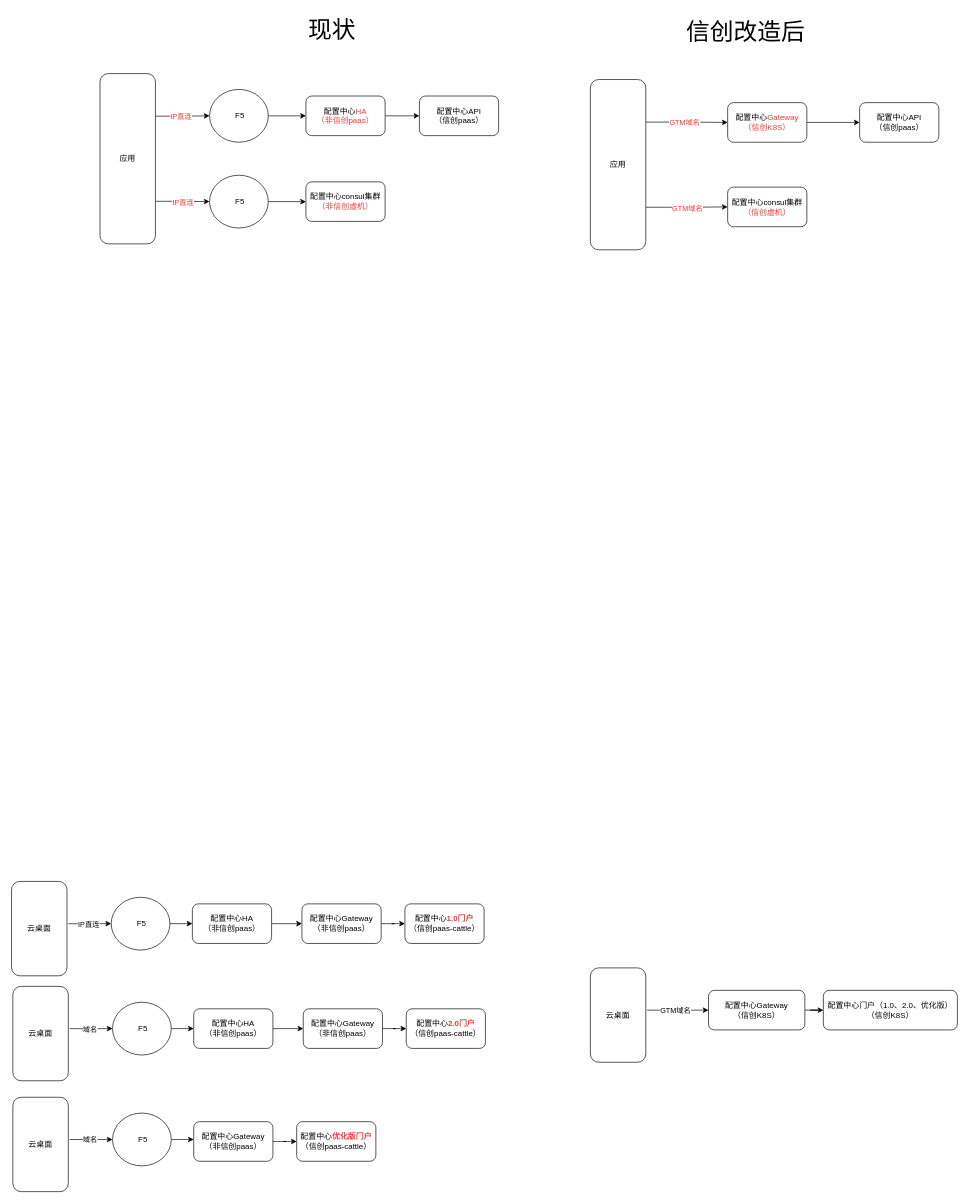
Before: 配置中心虚机信创.drawio in pbxnn/draw, a draw.io diagram. Source tidied: cells renumbered, new cells numbered last; positions are measured from the earlier drawing's top-left corner, leaving out a move shared by most shapes. Both pictures are drawn from the tidied source at 66%, with x=0, y=0 at pixel (11, 11).
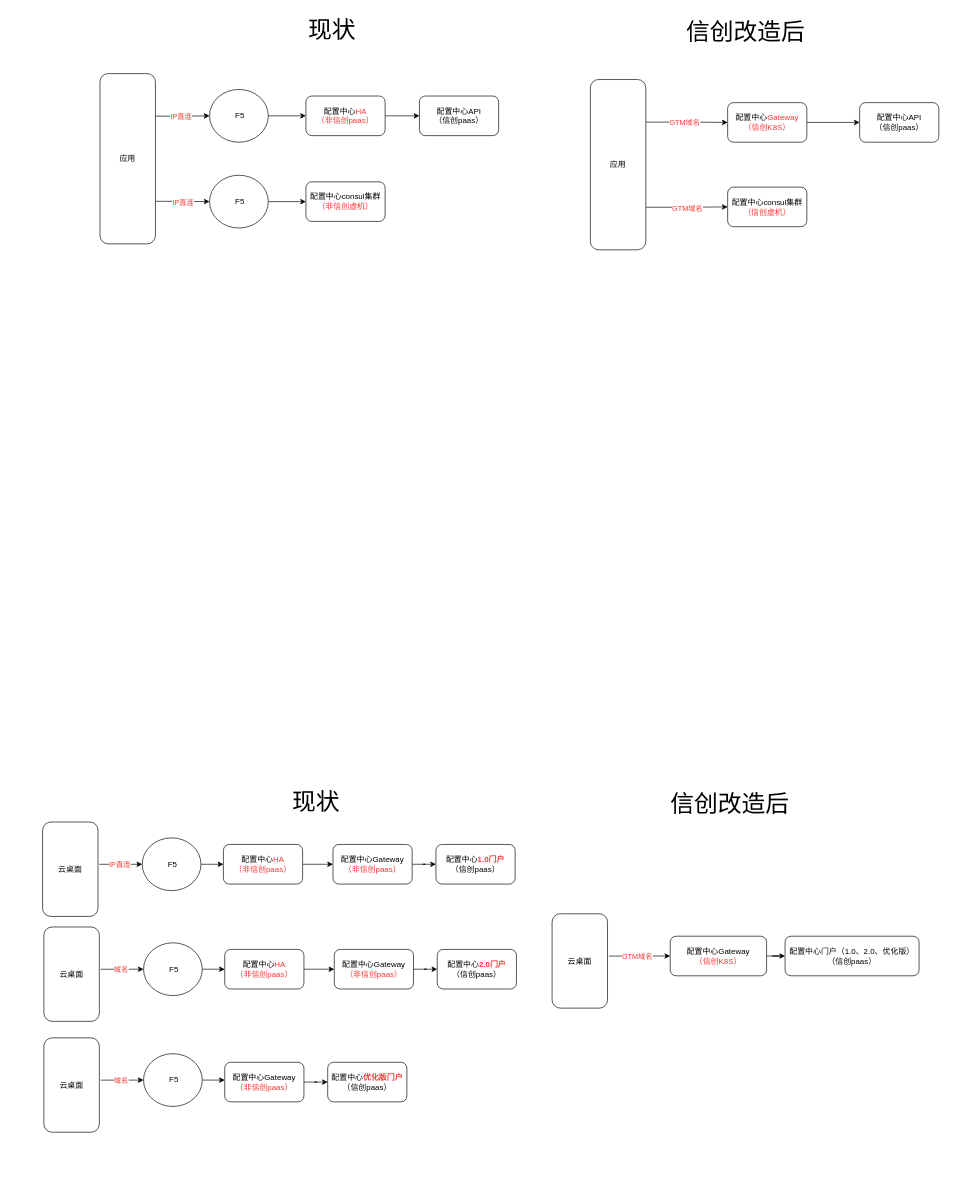
Above is the later version.

Commit message:
更新配置中心虚机信创.drawio

Unchanged cells that the change refers to:
```xml
<mxCell id="24" style="edgeStyle=orthogonalEdgeStyle;rounded=0;jettySize=auto;html=1;exitX=1.024;exitY=0.448;exitDx=0;exitDy=0;entryX=0;entryY=0.5;entryDx=0;entryDy=0;exitPerimeter=0;" parent="1" edge="1" source="26" target="28">
  <mxGeometry relative="1" as="geometry" />
</mxCell>
<mxCell id="34" style="edgeStyle=orthogonalEdgeStyle;rounded=0;jettySize=auto;html=1;exitX=1.024;exitY=0.448;exitDx=0;exitDy=0;entryX=0;entryY=0.5;entryDx=0;entryDy=0;exitPerimeter=0;" parent="1" edge="1" source="36" target="38">
  <mxGeometry relative="1" as="geometry" />
</mxCell>
<mxCell id="44" style="edgeStyle=orthogonalEdgeStyle;rounded=0;jettySize=auto;html=1;exitX=1.024;exitY=0.448;exitDx=0;exitDy=0;entryX=0;entryY=0.5;entryDx=0;entryDy=0;exitPerimeter=0;" parent="1" edge="1" source="46" target="48">
  <mxGeometry relative="1" as="geometry" />
</mxCell>
<mxCell id="52" style="edgeStyle=orthogonalEdgeStyle;rounded=0;jettySize=auto;html=1;exitX=1.024;exitY=0.448;exitDx=0;exitDy=0;entryX=0;entryY=0.5;entryDx=0;entryDy=0;exitPerimeter=0;" parent="1" edge="1" source="54" target="56">
  <mxGeometry relative="1" as="geometry" />
</mxCell>
```

The edit, as a diff of the source:
```diff
@@
-    <mxCell id="25" value="IP直连" style="edgeLabel;html=1;align=center;verticalAlign=middle;" parent="24" vertex="1">
+    <mxCell id="25" value="&lt;font color=&quot;#ff3333&quot;&gt;IP直连&lt;/font&gt;" style="edgeLabel;html=1;align=center;verticalAlign=middle;" parent="24" vertex="1">
       <mxGeometry x="-0.07" y="1" relative="1" as="geometry">
         <mxPoint y="1" as="offset" />
       </mxGeometry>
     </mxCell>
     <mxCell id="26" value="云桌面" style="rounded=1;whiteSpace=wrap;html=1;" parent="1" vertex="1">
-      <mxGeometry y="1318" width="84" height="143" as="geometry" />
+      <mxGeometry x="47" y="1228" width="84" height="143" as="geometry" />
     </mxCell>
@@
     <mxCell id="28" value="&amp;nbsp;F5" style="ellipse;whiteSpace=wrap;html=1;" parent="1" vertex="1">
-      <mxGeometry x="151" y="1342" width="89" height="80" as="geometry" />
+      <mxGeometry x="198" y="1252" width="89" height="80" as="geometry" />
     </mxCell>
@@
-    <mxCell id="30" value="配置中心HA&lt;br&gt;（非信创paas）" style="rounded=1;whiteSpace=wrap;html=1;" parent="1" vertex="1">
-      <mxGeometry x="274" y="1352" width="120" height="60" as="geometry" />
+    <mxCell id="30" value="配置中心&lt;font color=&quot;#ff3333&quot;&gt;HA&lt;br&gt;（非信创paas）&lt;/font&gt;" style="rounded=1;whiteSpace=wrap;html=1;" parent="1" vertex="1">
+      <mxGeometry x="321" y="1262" width="120" height="60" as="geometry" />
     </mxCell>
-    <mxCell id="31" value="配置中心&lt;b&gt;&lt;font color=&quot;#ff3333&quot;&gt;1.0门户&lt;/font&gt;&lt;/b&gt;&lt;div&gt;（信创paas-cattle）&lt;/div&gt;" style="whiteSpace=wrap;html=1;rounded=1;" parent="1" vertex="1">
-      <mxGeometry x="596" y="1352" width="120" height="60" as="geometry" />
+    <mxCell id="31" value="配置中心&lt;b&gt;&lt;font color=&quot;#ff3333&quot;&gt;1.0门户&lt;/font&gt;&lt;/b&gt;&lt;div&gt;（信创paas）&lt;/div&gt;" style="whiteSpace=wrap;html=1;rounded=1;" parent="1" vertex="1">
+      <mxGeometry x="643" y="1262" width="120" height="60" as="geometry" />
     </mxCell>
@@
-    <mxCell id="33" value="配置中心Gateway&lt;br&gt;（非信创paas）" style="rounded=1;whiteSpace=wrap;html=1;" parent="1" vertex="1">
-      <mxGeometry x="440" y="1352" width="120" height="60" as="geometry" />
+    <mxCell id="33" value="配置中心Gateway&lt;br&gt;&lt;font color=&quot;#ff3333&quot;&gt;（非信创paas）&lt;/font&gt;" style="rounded=1;whiteSpace=wrap;html=1;" parent="1" vertex="1">
+      <mxGeometry x="487" y="1262" width="120" height="60" as="geometry" />
     </mxCell>
@@
-    <mxCell id="35" value="域名" style="edgeLabel;html=1;align=center;verticalAlign=middle;" parent="34" vertex="1">
+    <mxCell id="35" value="&lt;font color=&quot;#ff3333&quot;&gt;域名&lt;/font&gt;" style="edgeLabel;html=1;align=center;verticalAlign=middle;" parent="34" vertex="1">
       <mxGeometry x="-0.07" y="1" relative="1" as="geometry">
         <mxPoint y="1" as="offset" />
       </mxGeometry>
     </mxCell>
     <mxCell id="36" value="云桌面" style="rounded=1;whiteSpace=wrap;html=1;" parent="1" vertex="1">
-      <mxGeometry x="2" y="1477" width="84" height="143" as="geometry" />
+      <mxGeometry x="49" y="1387" width="84" height="143" as="geometry" />
     </mxCell>
@@
     <mxCell id="38" value="&amp;nbsp;F5" style="ellipse;whiteSpace=wrap;html=1;" parent="1" vertex="1">
-      <mxGeometry x="153" y="1501" width="89" height="80" as="geometry" />
+      <mxGeometry x="200" y="1411" width="89" height="80" as="geometry" />
     </mxCell>
@@
-    <mxCell id="40" value="配置中心HA&lt;br&gt;（非信创paas）" style="rounded=1;whiteSpace=wrap;html=1;" parent="1" vertex="1">
-      <mxGeometry x="276" y="1511" width="120" height="60" as="geometry" />
+    <mxCell id="40" value="配置中心&lt;font color=&quot;#ff3333&quot;&gt;HA&lt;br&gt;（非信创paas）&lt;/font&gt;" style="rounded=1;whiteSpace=wrap;html=1;" parent="1" vertex="1">
+      <mxGeometry x="323" y="1421" width="120" height="60" as="geometry" />
     </mxCell>
-    <mxCell id="41" value="配置中心&lt;b&gt;&lt;font color=&quot;#ff3333&quot;&gt;2.0门户&lt;/font&gt;&lt;/b&gt;&lt;div&gt;（信创paas-cattle）&lt;/div&gt;" style="whiteSpace=wrap;html=1;rounded=1;" parent="1" vertex="1">
-      <mxGeometry x="598" y="1511" width="120" height="60" as="geometry" />
+    <mxCell id="41" value="配置中心&lt;b&gt;&lt;font color=&quot;#ff3333&quot;&gt;2.0门户&lt;/font&gt;&lt;/b&gt;&lt;div&gt;（信创paas）&lt;/div&gt;" style="whiteSpace=wrap;html=1;rounded=1;" parent="1" vertex="1">
+      <mxGeometry x="645" y="1421" width="120" height="60" as="geometry" />
     </mxCell>
@@
-    <mxCell id="43" value="配置中心Gateway&lt;br&gt;（非信创paas）" style="rounded=1;whiteSpace=wrap;html=1;" parent="1" vertex="1">
-      <mxGeometry x="442" y="1511" width="120" height="60" as="geometry" />
+    <mxCell id="43" value="配置中心Gateway&lt;br&gt;&lt;font color=&quot;#ff3333&quot;&gt;（非信创paas）&lt;/font&gt;" style="rounded=1;whiteSpace=wrap;html=1;" parent="1" vertex="1">
+      <mxGeometry x="489" y="1421" width="120" height="60" as="geometry" />
     </mxCell>
@@
-    <mxCell id="45" value="域名" style="edgeLabel;html=1;align=center;verticalAlign=middle;" parent="44" vertex="1">
+    <mxCell id="45" value="&lt;font color=&quot;#ff3333&quot;&gt;域名&lt;/font&gt;" style="edgeLabel;html=1;align=center;verticalAlign=middle;" parent="44" vertex="1">
       <mxGeometry x="-0.07" y="1" relative="1" as="geometry">
         <mxPoint y="1" as="offset" />
       </mxGeometry>
     </mxCell>
     <mxCell id="46" value="云桌面" style="rounded=1;whiteSpace=wrap;html=1;" parent="1" vertex="1">
-      <mxGeometry x="2" y="1645" width="84" height="143" as="geometry" />
+      <mxGeometry x="49" y="1555" width="84" height="143" as="geometry" />
     </mxCell>
     <mxCell id="47" style="edgeStyle=orthogonalEdgeStyle;rounded=0;jettySize=auto;html=1;exitX=1;exitY=0.5;exitDx=0;exitDy=0;entryX=0;entryY=0.5;entryDx=0;entryDy=0;" parent="1" edge="1" source="48">
       <mxGeometry relative="1" as="geometry">
-        <mxPoint x="276" y="1709" as="targetPoint" />
+        <mxPoint x="323" y="1619" as="targetPoint" />
       </mxGeometry>
     </mxCell>
     <mxCell id="48" value="&amp;nbsp;F5" style="ellipse;whiteSpace=wrap;html=1;" parent="1" vertex="1">
-      <mxGeometry x="153" y="1669" width="89" height="80" as="geometry" />
+      <mxGeometry x="200" y="1579" width="89" height="80" as="geometry" />
     </mxCell>
-    <mxCell id="49" value="配置中心&lt;b&gt;&lt;font color=&quot;#ff3333&quot;&gt;优化版门户&lt;/font&gt;&lt;/b&gt;&lt;div&gt;（信创paas-cattle）&lt;/div&gt;" style="whiteSpace=wrap;html=1;rounded=1;" parent="1" vertex="1">
-      <mxGeometry x="432" y="1682" width="120" height="60" as="geometry" />
+    <mxCell id="49" value="配置中心&lt;b&gt;&lt;font color=&quot;#ff3333&quot;&gt;优化版门户&lt;/font&gt;&lt;/b&gt;&lt;div&gt;（信创paas）&lt;/div&gt;" style="whiteSpace=wrap;html=1;rounded=1;" parent="1" vertex="1">
+      <mxGeometry x="479" y="1592" width="120" height="60" as="geometry" />
     </mxCell>
@@
-    <mxCell id="51" value="配置中心Gateway&lt;br&gt;（非信创paas）" style="rounded=1;whiteSpace=wrap;html=1;" parent="1" vertex="1">
-      <mxGeometry x="276" y="1682" width="120" height="60" as="geometry" />
+    <mxCell id="51" value="配置中心Gateway&lt;br&gt;&lt;font color=&quot;#ff3333&quot;&gt;（非信创paas）&lt;/font&gt;" style="rounded=1;whiteSpace=wrap;html=1;" parent="1" vertex="1">
+      <mxGeometry x="323" y="1592" width="120" height="60" as="geometry" />
     </mxCell>
@@
-    <mxCell id="53" value="GTM域名" style="edgeLabel;html=1;align=center;verticalAlign=middle;" parent="52" vertex="1">
+    <mxCell id="53" value="&lt;font color=&quot;#ff3333&quot;&gt;GTM域名&lt;/font&gt;" style="edgeLabel;html=1;align=center;verticalAlign=middle;" parent="52" vertex="1">
       <mxGeometry x="-0.16" relative="1" as="geometry">
         <mxPoint x="3" as="offset" />
       </mxGeometry>
     </mxCell>
     <mxCell id="54" value="云桌面" style="rounded=1;whiteSpace=wrap;html=1;" parent="1" vertex="1">
-      <mxGeometry x="877" y="1449" width="84" height="143" as="geometry" />
+      <mxGeometry x="819" y="1367" width="84" height="143" as="geometry" />
     </mxCell>
@@
-    <mxCell id="56" value="配置中心Gateway&lt;div&gt;（信创K8S）&lt;/div&gt;" style="rounded=1;whiteSpace=wrap;html=1;" parent="1" vertex="1">
-      <mxGeometry x="1056" y="1483" width="146" height="60" as="geometry" />
+    <mxCell id="56" value="配置中心Gateway&lt;br&gt;&lt;font color=&quot;#ff3333&quot;&gt;（信创K8S）&lt;/font&gt;" style="rounded=1;whiteSpace=wrap;html=1;" parent="1" vertex="1">
+      <mxGeometry x="998" y="1401" width="146" height="60" as="geometry" />
     </mxCell>
-    <mxCell id="57" value="配置中心门户（1.0、2.0、优化版）&lt;div&gt;（信创K8S）&lt;/div&gt;" style="whiteSpace=wrap;html=1;rounded=1;" parent="1" vertex="1">
-      <mxGeometry x="1230" y="1483" width="203" height="60" as="geometry" />
+    <mxCell id="57" value="配置中心门户（1.0、2.0、优化版）&lt;div&gt;（信创paas）&lt;/div&gt;" style="whiteSpace=wrap;html=1;rounded=1;" parent="1" vertex="1">
+      <mxGeometry x="1172" y="1401" width="203" height="60" as="geometry" />
     </mxCell>
@@
+    <mxCell id="60" value="&lt;font style=&quot;font-size: 36px;&quot;&gt;现状&lt;/font&gt;" style="text;html=1;align=center;verticalAlign=middle;strokeColor=none;fillColor=none;" parent="1" vertex="1">
+      <mxGeometry x="416" y="1170" width="90" height="55" as="geometry" />
+    </mxCell>
+    <mxCell id="61" value="&lt;span style=&quot;font-size: 36px;&quot;&gt;信创改造后&lt;/span&gt;" style="text;html=1;align=center;verticalAlign=middle;strokeColor=none;fillColor=none;" parent="1" vertex="1">
+      <mxGeometry x="989" y="1173" width="198" height="55" as="geometry" />
+    </mxCell>
```
